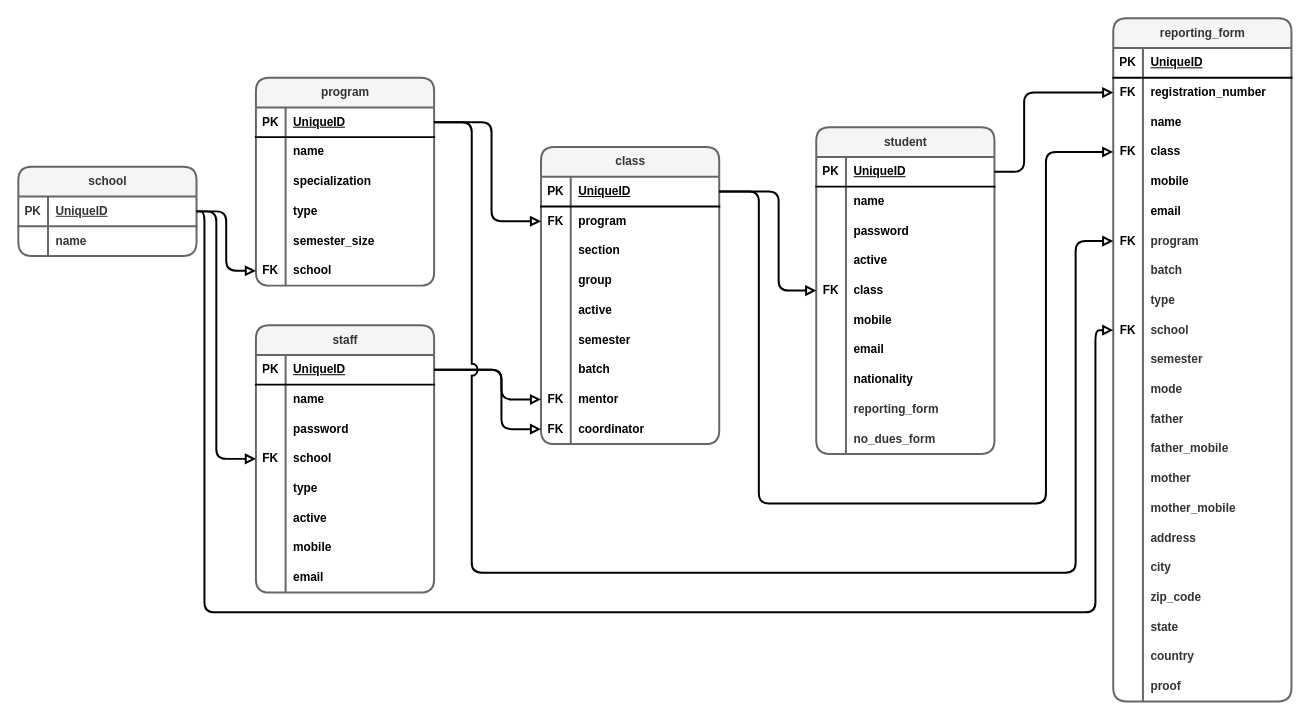
Above: app/sql/dbSchema.drawio in livleensinghchani/ctu-website (draw.io), before the change. Source tidied: cells renumbered, new cells numbered last; positions are measured from the earlier drawing's top-left corner, leaving out a move shared by most shapes. Both pictures are drawn from the tidied source at 99%, with x=0, y=0 at pixel (18, 18).
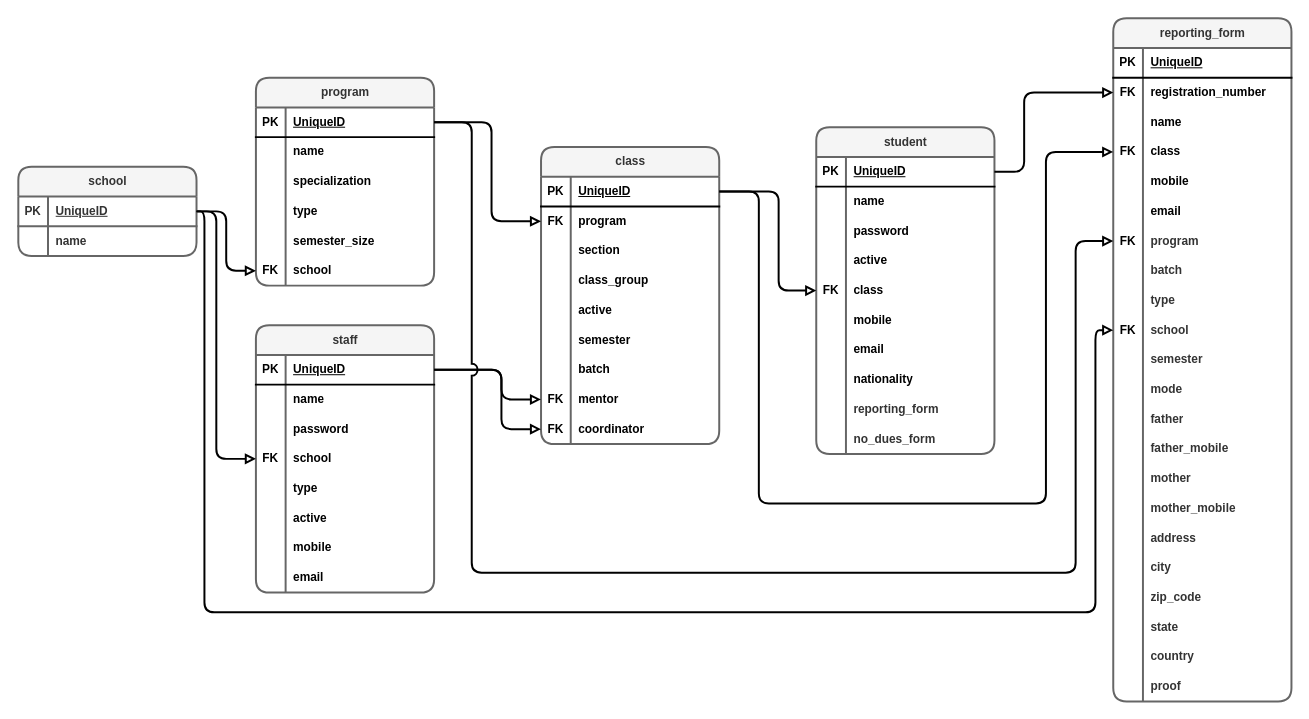
After the change.

The change refers to these unchanged cells:
```xml
<mxCell id="56" style="shape=tableRow;horizontal=0;startSize=0;swimlaneHead=0;swimlaneBody=0;fillColor=none;top=0;left=0;right=0;bottom=0;rounded=1;strokeColor=default;strokeWidth=2;align=center;verticalAlign=middle;fontFamily=Helvetica;fontSize=12;fontColor=default;fontStyle=1;" parent="46" vertex="1">
  <mxGeometry y="120" width="180" height="30" as="geometry" />
</mxCell>
```

Diff of the diagram source:
```diff
@@
-    <mxCell id="58" value="group" style="shape=partialRectangle;fillColor=none;top=0;left=0;bottom=0;right=0;align=left;spacingLeft=6;overflow=hidden;whiteSpace=wrap;html=1;rounded=1;strokeColor=default;strokeWidth=2;verticalAlign=middle;fontFamily=Helvetica;fontSize=12;fontColor=default;fontStyle=1;" parent="56" vertex="1">
+    <mxCell id="58" value="class_group" style="shape=partialRectangle;fillColor=none;top=0;left=0;bottom=0;right=0;align=left;spacingLeft=6;overflow=hidden;whiteSpace=wrap;html=1;rounded=1;strokeColor=default;strokeWidth=2;verticalAlign=middle;fontFamily=Helvetica;fontSize=12;fontColor=default;fontStyle=1;" parent="56" vertex="1">
       <mxGeometry x="30" width="150" height="30" as="geometry" />
     </mxCell>
```
